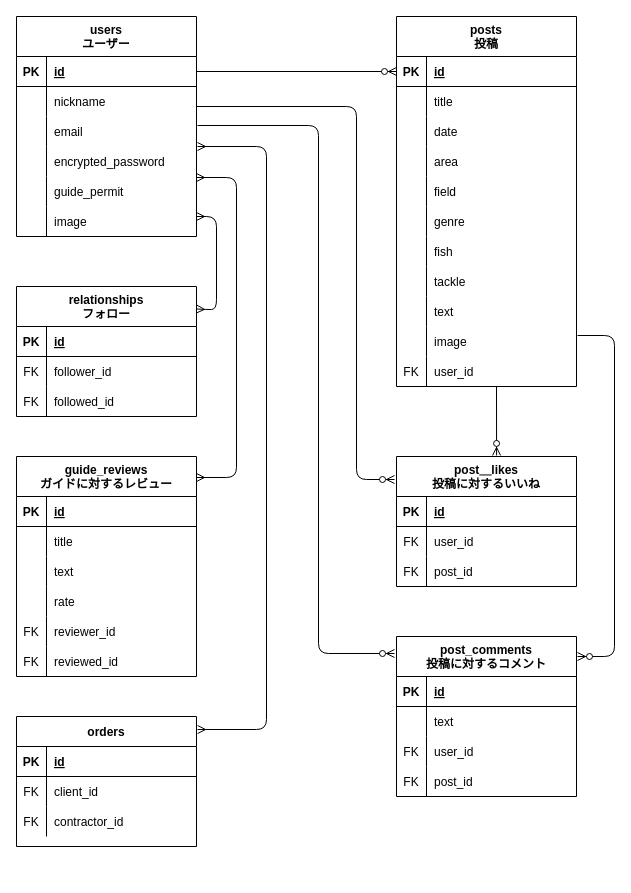
umigame4031/totojiman keeps this draw.io diagram as totojiman.dio. Above is the earlier version. Source tidied: cells renumbered, new cells numbered last; positions are measured from the earlier drawing's top-left corner, leaving out a move shared by most shapes. Both pictures are drawn from the tidied source at 100%, with x=0, y=0 at pixel (16, 16).
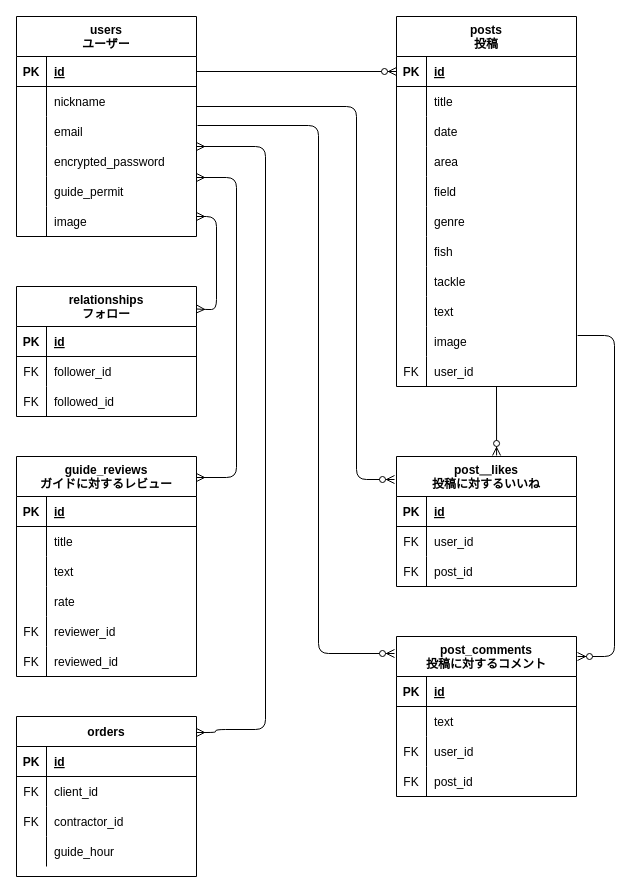
The same diagram, later.

The edit, as a diff of the source:
```diff
@@
     <mxCell id="107" value="orders" style="shape=table;startSize=30;childLayout=tableLayout;rowLines=0;fontStyle=1;align=center;" parent="1" vertex="1">
-      <mxGeometry y="700" width="180" height="130" as="geometry" />
+      <mxGeometry y="700" width="180" height="160" as="geometry" />
     </mxCell>
@@
+    <mxCell id="125" style="shape=partialRectangle;fillColor=none;top=0;left=0;bottom=0;right=0;" parent="107" vertex="1">
+      <mxGeometry y="120" width="180" height="30" as="geometry" />
+    </mxCell>
+    <mxCell id="126" style="shape=partialRectangle;fillColor=none;top=0;left=0;bottom=0;right=0;overflow=hidden;" parent="125" vertex="1">
+      <mxGeometry width="30" height="30" as="geometry" />
+    </mxCell>
+    <mxCell id="127" value="guide_hour" style="shape=partialRectangle;fillColor=none;top=0;left=0;bottom=0;right=0;align=left;spacingLeft=6;overflow=hidden;" parent="125" vertex="1">
+      <mxGeometry x="30" width="150" height="30" as="geometry" />
+    </mxCell>
@@
-    <mxCell id="122" style="edgeStyle=orthogonalEdgeStyle;fontSize=12;html=1;endArrow=ERmany;startArrow=ERmany;strokeWidth=1;entryX=1.006;entryY=0.1;entryDx=0;entryDy=0;entryPerimeter=0;" parent="1" edge="1" target="107">
+    <mxCell id="122" style="edgeStyle=orthogonalEdgeStyle;fontSize=12;html=1;endArrow=ERmany;startArrow=ERmany;strokeWidth=1;" parent="1" edge="1">
       <mxGeometry relative="1" as="geometry">
-        <mxPoint x="181" y="130" as="sourcePoint" />
+        <mxPoint x="180" y="130" as="sourcePoint" />
+        <mxPoint x="180" y="716" as="targetPoint" />
         <Array as="points">
-          <mxPoint x="250" y="130" />
-          <mxPoint x="250" y="713" />
+          <mxPoint x="249" y="130" />
+          <mxPoint x="249" y="713" />
+          <mxPoint x="199" y="713" />
+          <mxPoint x="199" y="716" />
         </Array>
       </mxGeometry>
     </mxCell>
```
